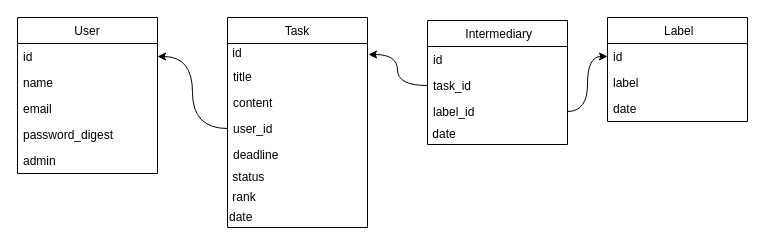
The draw.io diagram docs/table.drawio in chemitaro/el-training, before the edit. Source tidied: cells renumbered, new cells numbered last; positions are measured from the earlier drawing's top-left corner, leaving out a move shared by most shapes. Both pictures are drawn from the tidied source at 100%, with x=0, y=0 at pixel (17, 17).
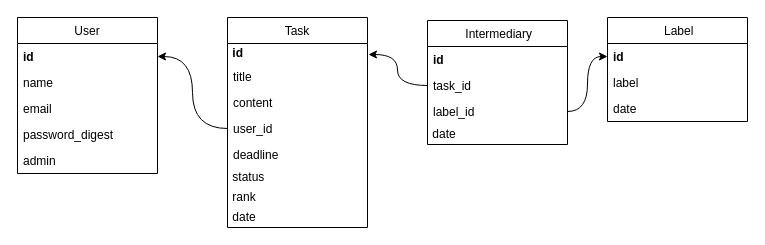
Above is the later version.

The change refers to these unchanged cells:
```xml
<mxCell id="2" value="User" style="swimlane;fontStyle=0;horizontal=1;startSize=26;" parent="1" vertex="1">
  <mxGeometry width="140" height="156" as="geometry" />
</mxCell>
<mxCell id="8" value="Task" style="swimlane;fontStyle=0;horizontal=1;startSize=26;" parent="1" vertex="1">
  <mxGeometry x="210" width="140" height="210" as="geometry" />
</mxCell>
<mxCell id="17" value=" Label" style="swimlane;fontStyle=0;horizontal=1;startSize=26;align=center;" parent="1" vertex="1">
  <mxGeometry x="590" width="140" height="104" as="geometry" />
</mxCell>
<mxCell id="21" value=" Intermediary" style="swimlane;fontStyle=0;horizontal=1;startSize=26;align=center;" parent="1" vertex="1">
  <mxGeometry x="410" y="3" width="140" height="124" as="geometry" />
</mxCell>
```

Diff of the diagram source:
```diff
@@
-    <mxCell id="3" value="id" style="text;strokeColor=none;fillColor=none;align=left;verticalAlign=top;spacingLeft=4;spacingRight=4;overflow=hidden;points=[[0,0.5],[1,0.5]];portConstraint=eastwest;" parent="2" vertex="1">
+    <mxCell id="3" value="id" style="text;strokeColor=none;fillColor=none;align=left;verticalAlign=top;spacingLeft=4;spacingRight=4;overflow=hidden;points=[[0,0.5],[1,0.5]];portConstraint=eastwest;fontStyle=1;" parent="2" vertex="1">
       <mxGeometry y="26" width="140" height="26" as="geometry" />
     </mxCell>
@@
-    <mxCell id="9" value="&amp;nbsp;id" style="text;html=1;align=left;verticalAlign=middle;points=[];strokeColor=none;" parent="8" vertex="1">
+    <mxCell id="9" value="&amp;nbsp;id" style="text;html=1;align=left;verticalAlign=middle;points=[];strokeColor=none;fontStyle=1;" parent="8" vertex="1">
       <mxGeometry y="26" width="140" height="20" as="geometry" />
     </mxCell>
@@
-    <mxCell id="16" value="date" style="text;html=1;align=left;verticalAlign=middle;strokeColor=none;" parent="8" vertex="1">
+    <mxCell id="16" value="&amp;nbsp;date" style="text;html=1;align=left;verticalAlign=middle;strokeColor=none;" parent="8" vertex="1">
       <mxGeometry y="190" width="140" height="20" as="geometry" />
     </mxCell>
@@
-    <mxCell id="18" value="id" style="text;strokeColor=none;fillColor=none;align=left;verticalAlign=top;spacingLeft=4;spacingRight=4;overflow=hidden;points=[[0,0.5],[1,0.5]];portConstraint=eastwest;" parent="17" vertex="1">
+    <mxCell id="18" value="id" style="text;strokeColor=none;fillColor=none;align=left;verticalAlign=top;spacingLeft=4;spacingRight=4;overflow=hidden;points=[[0,0.5],[1,0.5]];portConstraint=eastwest;fontStyle=1;" parent="17" vertex="1">
       <mxGeometry y="26" width="140" height="26" as="geometry" />
     </mxCell>
@@
-    <mxCell id="22" value="id" style="text;strokeColor=none;fillColor=none;align=left;verticalAlign=top;spacingLeft=4;spacingRight=4;overflow=hidden;" parent="21" vertex="1">
+    <mxCell id="22" value="id" style="text;strokeColor=none;fillColor=none;align=left;verticalAlign=top;spacingLeft=4;spacingRight=4;overflow=hidden;fontStyle=1;" parent="21" vertex="1">
       <mxGeometry y="26" width="140" height="26" as="geometry" />
     </mxCell>
```
